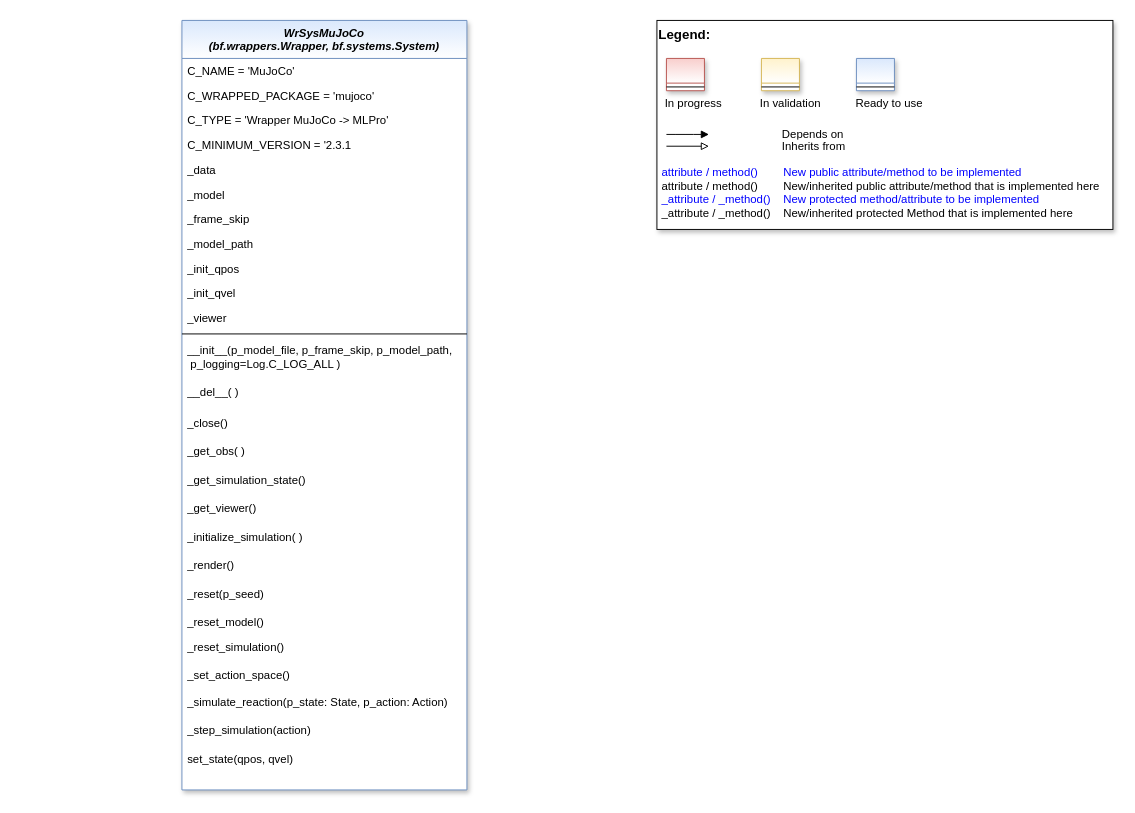
Above: doc/rtd/content/append2/core/images/wrappers/MLPro-Wrappers-Mujoco.drawio in fhswf/MLPro (draw.io), before the change. Source tidied: cells renumbered, new cells numbered last; positions are measured from the earlier drawing's top-left corner, leaving out a move shared by most shapes. Both pictures are drawn from the tidied source at 95%, with x=0, y=0 at pixel (181, 20).
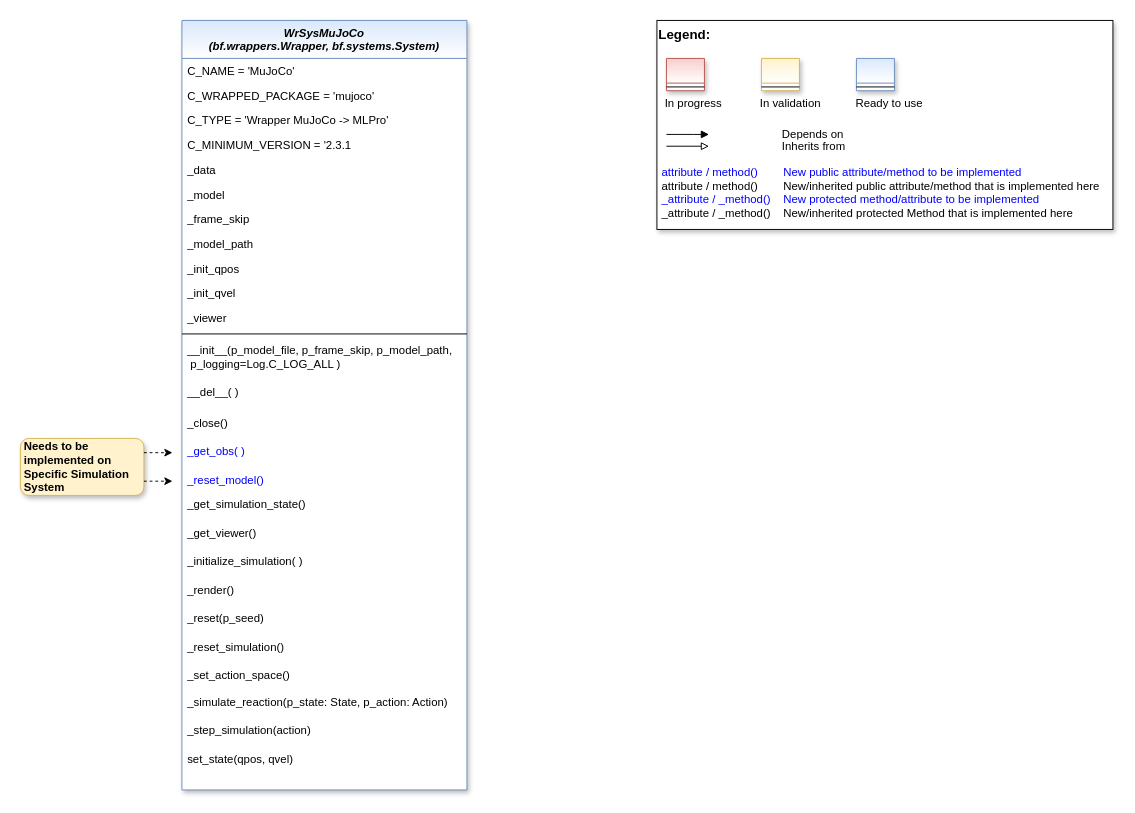
The same page after the edit.

Unchanged cells that the change refers to:
```xml
<mxCell id="2" value="WrSysMuJoCo&#10;(bf.wrappers.Wrapper, bf.systems.System)" style="swimlane;fontStyle=3;align=center;verticalAlign=top;horizontal=1;startSize=40;rounded=0;shadow=1;strokeWidth=1;fillColor=#dae8fc;strokeColor=#6c8ebf;gradientColor=#ffffff;swimlaneFillColor=#ffffff;" parent="1" vertex="1">
  <mxGeometry width="300" height="810" as="geometry" />
</mxCell>
```

Diff of the diagram source:
```diff
@@
-    <mxCell id="18" value="_get_obs( )" style="text;align=left;verticalAlign=top;spacingLeft=4;spacingRight=4;overflow=hidden;" parent="2" vertex="1">
+    <mxCell id="18" value="_get_obs( )" style="text;align=left;verticalAlign=top;spacingLeft=4;spacingRight=4;overflow=hidden;fontColor=#0000FF;" parent="2" vertex="1">
       <mxGeometry y="440" width="300" height="30" as="geometry" />
     </mxCell>
+    <mxCell id="24" value="_reset_model()" style="text;align=left;verticalAlign=top;spacingLeft=4;spacingRight=4;overflow=hidden;fontColor=#0000FF;" parent="2" vertex="1">
+      <mxGeometry y="470" width="300" height="26" as="geometry" />
+    </mxCell>
     <mxCell id="19" value="_get_simulation_state()" style="text;align=left;verticalAlign=top;spacingLeft=4;spacingRight=4;overflow=hidden;" parent="2" vertex="1">
-      <mxGeometry y="470" width="300" height="30" as="geometry" />
+      <mxGeometry y="496" width="300" height="30" as="geometry" />
     </mxCell>
     <mxCell id="20" value="_get_viewer()" style="text;align=left;verticalAlign=top;spacingLeft=4;spacingRight=4;overflow=hidden;" parent="2" vertex="1">
-      <mxGeometry y="500" width="300" height="30" as="geometry" />
+      <mxGeometry y="526" width="300" height="30" as="geometry" />
     </mxCell>
     <mxCell id="21" value="_initialize_simulation( )" style="text;align=left;verticalAlign=top;spacingLeft=4;spacingRight=4;overflow=hidden;" parent="2" vertex="1">
-      <mxGeometry y="530" width="300" height="30" as="geometry" />
+      <mxGeometry y="556" width="300" height="30" as="geometry" />
     </mxCell>
     <mxCell id="22" value="_render()" style="text;align=left;verticalAlign=top;spacingLeft=4;spacingRight=4;overflow=hidden;" parent="2" vertex="1">
-      <mxGeometry y="560" width="300" height="30" as="geometry" />
+      <mxGeometry y="586" width="300" height="30" as="geometry" />
     </mxCell>
     <mxCell id="23" value="_reset(p_seed)" style="text;align=left;verticalAlign=top;spacingLeft=4;spacingRight=4;overflow=hidden;" parent="2" vertex="1">
-      <mxGeometry y="590" width="300" height="30" as="geometry" />
+      <mxGeometry y="616" width="300" height="30" as="geometry" />
     </mxCell>
-    <mxCell id="24" value="_reset_model()" style="text;align=left;verticalAlign=top;spacingLeft=4;spacingRight=4;overflow=hidden;" parent="2" vertex="1">
-      <mxGeometry y="620" width="300" height="26" as="geometry" />
-    </mxCell>
@@
+    <mxCell id="40" value="Needs to be implemented on Specific Simulation System" style="rounded=1;whiteSpace=wrap;html=1;fillColor=#fff2cc;strokeColor=#d6b656;shadow=1;fontStyle=1;align=left;spacingLeft=2;" parent="1" vertex="1">
+      <mxGeometry x="-170" y="440" width="130" height="60" as="geometry" />
+    </mxCell>
+    <mxCell id="41" style="endArrow=classic;html=1;fontColor=#0000FF;exitX=1;exitY=0.25;exitDx=0;exitDy=0;rounded=0;dashed=1;" parent="1" edge="1" source="40">
+      <mxGeometry relative="1" as="geometry">
+        <mxPoint x="-10" y="455" as="targetPoint" />
+      </mxGeometry>
+    </mxCell>
+    <mxCell id="42" style="endArrow=classic;html=1;fontColor=#0000FF;exitX=1;exitY=0.75;exitDx=0;exitDy=0;rounded=0;dashed=1;" parent="1" edge="1" source="40">
+      <mxGeometry relative="1" as="geometry">
+        <mxPoint x="-10" y="485" as="targetPoint" />
+      </mxGeometry>
+    </mxCell>
```
